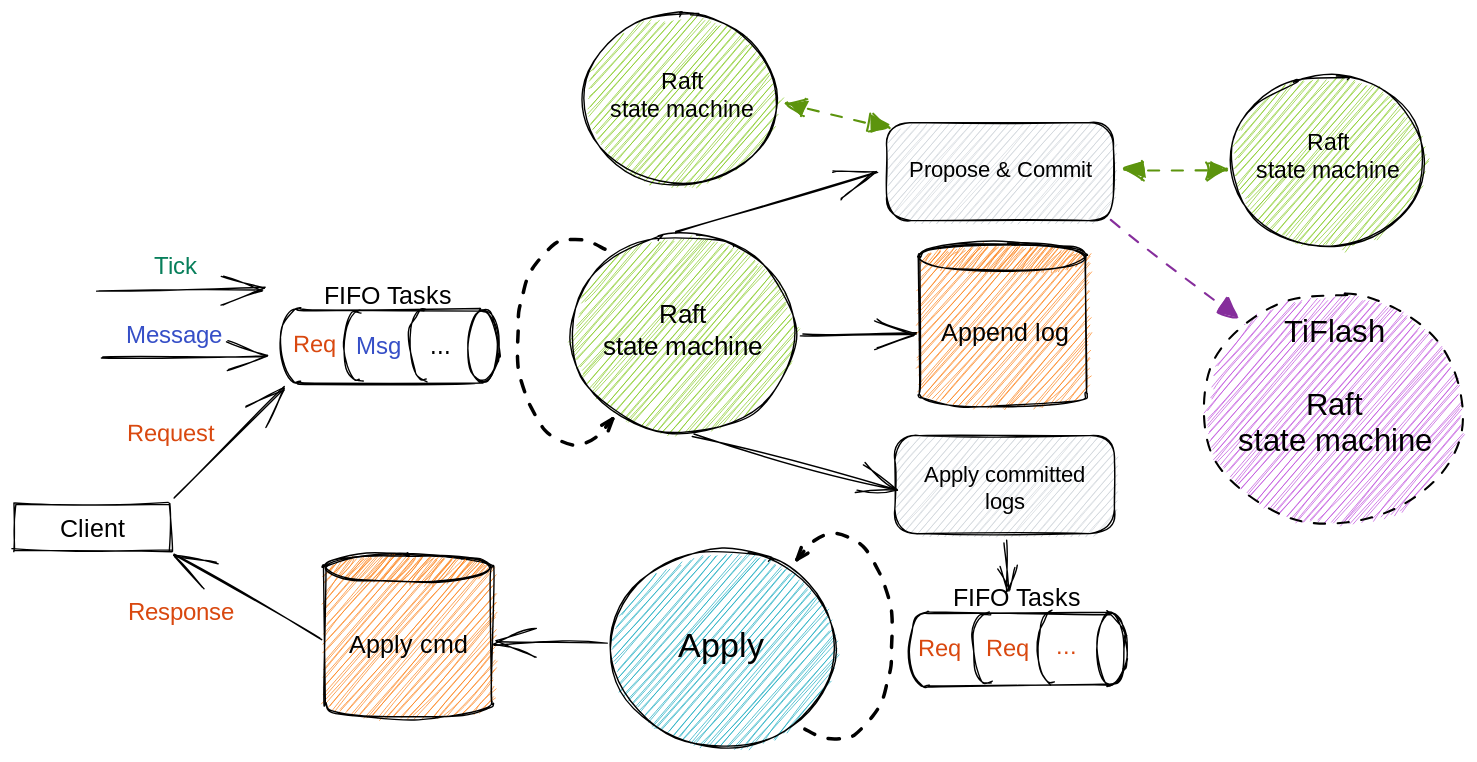
pingcap/tiflash keeps this Excalidraw diagram as docs/design/images/txn-log-replication.svg. Above is the earlier version. Source tidied: one line per element, renumbered; positions are measured from the earlier drawing's top-left corner, leaving out a move shared by most shapes. Source of this version:
```json
{"id": 0, "type": "arrow", "strokeColor": "#000000", "strokeWidth": 1, "roughness": 1, "endArrowhead": "arrow", "x": 60, "y": 197, "width": 118, "height": 1, "points": [[0, 0], [118, -1]]}
{"id": 1, "type": "arrow", "strokeColor": "#000000", "strokeWidth": 1, "roughness": 1, "endArrowhead": "arrow", "x": 63, "y": 246, "width": 118, "height": 2, "points": [[0, 0], [118, -2]]}
{"id": 2, "type": "text", "text": "FIFO Tasks", "strokeColor": "#000000", "strokeWidth": 1, "roughness": 2, "fontSize": 18.21, "fontFamily": 3, "textAlign": "center", "verticalAlign": "middle", "x": 214, "y": 189, "width": 107, "height": 22}
{"id": 3, "type": "text", "text": "Tick", "strokeColor": "#087f5b", "strokeWidth": 1, "roughness": 2, "fontSize": 16.85, "fontFamily": 3, "textAlign": "center", "x": 96, "y": 170, "width": 39, "height": 20}
{"id": 4, "type": "text", "text": "Message", "strokeColor": "#364fc7", "strokeWidth": 1, "roughness": 2, "fontSize": 16.85, "fontFamily": 3, "textAlign": "center", "x": 79, "y": 219, "width": 69, "height": 20}
{"id": 5, "type": "ellipse", "strokeColor": "#000000", "backgroundColor": "#82c91e", "fillStyle": "hachure", "strokeWidth": 1, "roughness": 1, "x": 398, "y": 158, "width": 160, "height": 142}
{"id": 6, "type": "text", "text": "Raft\nstate machine", "strokeColor": "#000000", "strokeWidth": 1, "roughness": 2, "fontSize": 18.9, "fontFamily": 3, "textAlign": "center", "x": 405, "y": 202, "width": 144, "height": 46}
{"id": 7, "type": "arrow", "strokeColor": "#000000", "strokeWidth": 1, "roughness": 1, "endArrowhead": "arrow", "from": 6, "to": 23, "x": 562, "y": 230, "width": 81, "height": 1, "points": [[0, 0], [81, -1]]}
{"id": 8, "type": "rectangle", "strokeColor": "#000000", "backgroundColor": "#ced4da", "fillStyle": "hachure", "strokeWidth": 1, "roughness": 1, "x": 623, "y": 78, "width": 162, "height": 70}
{"id": 9, "type": "text", "text": "Propose & Commit", "strokeColor": "#000000", "strokeWidth": 1, "roughness": 2, "fontSize": 16, "fontFamily": 3, "textAlign": "center", "verticalAlign": "middle", "x": 630, "y": 101, "width": 150, "height": 19}
{"id": 10, "type": "rectangle", "strokeColor": "#000000", "backgroundColor": "#ced4da", "fillStyle": "hachure", "strokeWidth": 1, "roughness": 1, "x": 629, "y": 301, "width": 157, "height": 70}
{"id": 11, "type": "text", "text": "Apply committed\nlogs", "strokeColor": "#000000", "strokeWidth": 1, "roughness": 2, "fontSize": 16, "fontFamily": 3, "textAlign": "center", "verticalAlign": "middle", "x": 637, "y": 319, "width": 141, "height": 38}
{"id": 12, "type": "arrow", "strokeColor": "#000000", "strokeWidth": 1, "roughness": 1, "endArrowhead": "arrow", "from": 5, "to": 9, "x": 472, "y": 155, "width": 143, "height": 41, "points": [[0, 0], [143, -41]]}
{"id": 13, "type": "arrow", "strokeColor": "#000000", "strokeWidth": 1, "roughness": 1, "endArrowhead": "arrow", "from": 5, "to": 11, "x": 484, "y": 302, "width": 146, "height": 38, "points": [[0, 0], [146, 38]]}
{"id": 14, "type": "ellipse", "strokeColor": "#000000", "backgroundColor": "#82c91e", "fillStyle": "hachure", "strokeWidth": 1, "roughness": 1, "x": 407, "y": 0, "width": 138, "height": 122}
{"id": 15, "type": "text", "text": "Raft\nstate machine", "strokeColor": "#000000", "strokeWidth": 1, "roughness": 2, "fontSize": 16.65, "fontFamily": 3, "textAlign": "center", "x": 413, "y": 38, "width": 127, "height": 40}
{"id": 16, "type": "ellipse", "strokeColor": "#000000", "backgroundColor": "#82c91e", "fillStyle": "hachure", "strokeWidth": 1, "roughness": 1, "x": 869, "y": 44, "width": 138, "height": 122}
{"id": 17, "type": "arrow", "strokeColor": "#5c940d", "strokeWidth": 1, "strokeStyle": "dashed", "roughness": 1, "startArrowhead": "triangle", "endArrowhead": "triangle", "to": 15, "x": 624, "y": 81, "width": 74, "height": 17, "points": [[0, 0], [-74, -17]]}
{"id": 18, "type": "arrow", "strokeColor": "#5c940d", "strokeWidth": 1, "strokeStyle": "dashed", "roughness": 1, "startArrowhead": "triangle", "endArrowhead": "triangle", "from": 9, "x": 793, "y": 113, "width": 74, "height": 2, "points": [[0, 0], [74, -2]]}
{"id": 19, "type": "arrow", "strokeColor": "#000000", "strokeWidth": 1, "roughness": 1, "endArrowhead": "arrow", "from": 10, "x": 707, "y": 377, "width": 2, "height": 36, "points": [[0, 0], [2, 36]]}
{"id": 20, "type": "arrow", "strokeColor": "#000000", "strokeWidth": 2, "strokeStyle": "dashed", "roughness": 0, "endArrowhead": "arrow", "from": 5, "to": 5, "x": 422, "y": 168, "width": 68, "height": 147, "points": [[0, 0], [-13, -6], [-27, -7], [-36, -4], [-49, 10], [-55, 21], [-59, 35], [-62, 45], [-62, 58], [-62, 68], [-62, 79], [-61, 89], [-57, 103], [-53, 113], [-43, 129], [-32, 137], [-20, 140], [-7, 135], [6, 121]]}
{"id": 21, "type": "line", "strokeColor": "#000000", "backgroundColor": "#fd7e14", "fillStyle": "hachure", "strokeWidth": 1, "roughness": 1, "x": 646, "y": 173, "width": 120, "height": 117, "points": [[0, 0], [0, 88], [0, 99], [6, 103], [28, 107], [64, 108], [99, 106], [117, 101], [120, 98], [120, 90], [120, 7], [119, 0], [112, -5], [95, -7], [58, -9], [29, -8], [5, -4], [0, 0], [0, 0]]}
{"id": 22, "type": "ellipse", "strokeColor": "#000000", "backgroundColor": "#fd7e14", "fillStyle": "hachure", "strokeWidth": 1, "roughness": 1, "x": 646, "y": 164, "width": 118, "height": 20}
{"id": 23, "type": "text", "text": "Append log", "strokeColor": "#000000", "strokeWidth": 1, "roughness": 1, "fontSize": 18.21, "fontFamily": 3, "textAlign": "center", "x": 655, "y": 215, "width": 107, "height": 22}
{"id": 24, "type": "rectangle", "strokeColor": "#000000", "strokeWidth": 1, "roughness": 1, "x": 0, "y": 350, "width": 112, "height": 34}
{"id": 25, "type": "text", "text": "Client", "strokeColor": "#000000", "strokeWidth": 2, "roughness": 0, "fontSize": 18.21, "fontFamily": 3, "textAlign": "center", "x": 24, "y": 356, "width": 64, "height": 22}
{"id": 26, "type": "arrow", "strokeColor": "#000000", "angle": 5.5, "strokeWidth": 1, "roughness": 1, "endArrowhead": "arrow", "from": 24, "x": 98, "y": 306, "width": 111, "height": 0, "points": [[0, 0], [111, 0]]}
{"id": 27, "type": "ellipse", "strokeColor": "#000000", "backgroundColor": "#15aabf", "fillStyle": "hachure", "strokeWidth": 1, "roughness": 1, "x": 426, "y": 383, "width": 160, "height": 142}
{"id": 28, "type": "text", "text": "Apply", "strokeColor": "#000000", "strokeWidth": 1, "roughness": 2, "fontSize": 24.41, "fontFamily": 3, "textAlign": "center", "verticalAlign": "middle", "x": 469, "y": 436, "width": 71, "height": 29}
{"id": 29, "type": "line", "strokeColor": "#000000", "backgroundColor": "#fd7e14", "fillStyle": "hachure", "strokeWidth": 1, "roughness": 1, "x": 222, "y": 395, "width": 120, "height": 117, "points": [[0, 0], [0, 88], [0, 99], [6, 103], [28, 107], [64, 108], [99, 106], [117, 101], [120, 98], [120, 90], [120, 7], [119, 0], [112, -5], [95, -7], [58, -9], [29, -8], [5, -4], [0, 0], [0, 0]]}
{"id": 30, "type": "ellipse", "strokeColor": "#000000", "backgroundColor": "#fd7e14", "fillStyle": "hachure", "strokeWidth": 1, "roughness": 1, "x": 222, "y": 386, "width": 118, "height": 20}
{"id": 31, "type": "text", "text": "Apply cmd", "strokeColor": "#000000", "strokeWidth": 1, "roughness": 1, "fontSize": 18.21, "fontFamily": 3, "textAlign": "center", "x": 234, "y": 438, "width": 96, "height": 22}
{"id": 32, "type": "arrow", "strokeColor": "#000000", "angle": 3.14, "strokeWidth": 2, "strokeStyle": "dashed", "roughness": 0, "endArrowhead": "arrow", "from": 27, "to": 27, "x": 622, "y": 378, "width": 68, "height": 147, "points": [[0, 0], [-13, -6], [-27, -7], [-36, -4], [-49, 10], [-55, 21], [-59, 35], [-62, 45], [-62, 58], [-62, 68], [-62, 79], [-61, 89], [-57, 103], [-53, 113], [-43, 129], [-32, 137], [-20, 140], [-7, 135], [6, 121]]}
{"id": 33, "type": "arrow", "strokeColor": "#000000", "strokeWidth": 1, "roughness": 1, "endArrowhead": "arrow", "from": 27, "to": 31, "x": 423, "y": 449, "width": 79, "height": 0, "points": [[0, 0], [-79, 0]]}
{"id": 34, "type": "arrow", "strokeColor": "#000000", "strokeWidth": 1, "roughness": 1, "endArrowhead": "arrow", "from": 31, "to": 24, "x": 219, "y": 446, "width": 103, "height": 60, "points": [[0, 0], [-103, -60]]}
{"id": 35, "type": "text", "text": "Request", "strokeColor": "#d9480f", "angle": 0.01, "strokeWidth": 1, "roughness": 2, "fontSize": 16.85, "fontFamily": 3, "textAlign": "center", "x": 78, "y": 289, "width": 69, "height": 20}
{"id": 36, "type": "text", "text": "Response", "strokeColor": "#d9480f", "strokeWidth": 1, "roughness": 2, "fontSize": 16.85, "fontFamily": 3, "textAlign": "center", "x": 79, "y": 417, "width": 79, "height": 20}
{"id": 37, "type": "line", "strokeColor": "#000000", "angle": 1.57, "strokeWidth": 1, "roughness": 1, "x": 242, "y": 172, "width": 52, "height": 155, "points": [[0, 0], [0, 117], [0, 130], [3, 136], [12, 141], [28, 142], [43, 140], [51, 134], [52, 129], [52, 118], [52, 10], [52, 0], [49, -6], [41, -10], [25, -12], [12, -11], [2, -5], [0, 0], [0, 0]]}
{"id": 38, "type": "line", "strokeColor": "#000000", "angle": 1.57, "strokeWidth": 1, "roughness": 1, "x": 217, "y": 231, "width": 51, "height": 13, "points": [[0, 0], [1, 5], [7, 9], [15, 12], [27, 12], [41, 10], [49, 5], [51, -1]]}
{"id": 39, "type": "line", "strokeColor": "#000000", "angle": 1.57, "strokeWidth": 1, "roughness": 1, "x": 263, "y": 232, "width": 51, "height": 10, "points": [[0, 0], [1, 4], [7, 7], [15, 10], [27, 10], [41, 8], [49, 4], [51, 0]]}
{"id": 40, "type": "ellipse", "strokeColor": "#000000", "angle": 1.57, "strokeWidth": 1, "roughness": 1, "x": 309, "y": 226, "width": 51, "height": 23}
{"id": 41, "type": "text", "text": "Req", "strokeColor": "#d9480f", "angle": 0.01, "strokeWidth": 1, "roughness": 2, "fontSize": 16.85, "fontFamily": 3, "textAlign": "center", "x": 199, "y": 226, "width": 30, "height": 20}
{"id": 42, "type": "text", "text": "Msg", "strokeColor": "#364fc7", "strokeWidth": 1, "roughness": 2, "fontSize": 16.85, "fontFamily": 3, "textAlign": "center", "x": 245, "y": 227, "width": 30, "height": 20}
{"id": 43, "type": "text", "text": "...", "strokeColor": "#000000", "strokeWidth": 1, "roughness": 2, "fontSize": 16.85, "fontFamily": 3, "textAlign": "center", "x": 289, "y": 227, "width": 30, "height": 20}
{"id": 44, "type": "text", "text": "FIFO Tasks", "strokeColor": "#000000", "strokeWidth": 1, "roughness": 2, "fontSize": 18.21, "fontFamily": 3, "textAlign": "center", "verticalAlign": "middle", "x": 663, "y": 405, "width": 107, "height": 22}
{"id": 45, "type": "line", "strokeColor": "#000000", "angle": 1.57, "strokeWidth": 1, "roughness": 1, "x": 691, "y": 388, "width": 52, "height": 155, "points": [[0, 0], [0, 117], [0, 130], [3, 136], [12, 141], [28, 142], [43, 140], [51, 134], [52, 129], [52, 118], [52, 10], [52, 0], [49, -6], [41, -10], [25, -12], [12, -11], [2, -5], [0, 0], [0, 0]]}
{"id": 46, "type": "line", "strokeColor": "#000000", "angle": 1.57, "strokeWidth": 1, "roughness": 1, "x": 666, "y": 447, "width": 51, "height": 13, "points": [[0, 0], [1, 5], [7, 9], [15, 12], [27, 12], [41, 10], [49, 5], [51, -1]]}
{"id": 47, "type": "line", "strokeColor": "#000000", "angle": 1.57, "strokeWidth": 1, "roughness": 1, "x": 711, "y": 448, "width": 51, "height": 10, "points": [[0, 0], [1, 4], [7, 7], [15, 10], [27, 10], [41, 8], [49, 4], [51, 0]]}
{"id": 48, "type": "ellipse", "strokeColor": "#000000", "angle": 1.57, "strokeWidth": 1, "roughness": 1, "x": 758, "y": 442, "width": 51, "height": 23}
{"id": 49, "type": "text", "text": "...", "strokeColor": "#d9480f", "angle": 0.01, "strokeWidth": 1, "roughness": 2, "fontSize": 16.85, "fontFamily": 3, "textAlign": "center", "x": 737, "y": 441, "width": 30, "height": 20}
{"id": 50, "type": "text", "text": "Req", "strokeColor": "#d9480f", "angle": 0.01, "strokeWidth": 1, "roughness": 2, "fontSize": 16.85, "fontFamily": 3, "textAlign": "center", "x": 646, "y": 442, "width": 30, "height": 20}
{"id": 51, "type": "text", "text": "Req", "strokeColor": "#d9480f", "angle": 0.01, "strokeWidth": 1, "roughness": 2, "fontSize": 16.85, "fontFamily": 3, "textAlign": "center", "x": 694, "y": 442, "width": 30, "height": 20}
{"id": 52, "type": "ellipse", "strokeColor": "#000000", "backgroundColor": "#be4bdb", "fillStyle": "hachure", "strokeWidth": 1, "strokeStyle": "dashed", "roughness": 1, "x": 849, "y": 199, "width": 186, "height": 165}
{"id": 53, "type": "text", "text": "TiFlash\n\nRaft\nstate machine", "strokeColor": "#000000", "strokeWidth": 1, "roughness": 2, "fontSize": 22.0, "fontFamily": 3, "textAlign": "center", "x": 859, "y": 213, "width": 168, "height": 104}
{"id": 54, "type": "arrow", "strokeColor": "#862e9c", "angle": 0.6, "strokeWidth": 1, "strokeStyle": "dashed", "roughness": 1, "endArrowhead": "triangle", "to": 52, "x": 771, "y": 178, "width": 112, "height": 8, "points": [[0, 0], [112, 8]]}
{"id": 55, "type": "text", "text": "Raft\nstate machine", "strokeColor": "#000000", "strokeWidth": 1, "roughness": 2, "fontSize": 16.65, "fontFamily": 3, "textAlign": "center", "x": 875, "y": 82, "width": 127, "height": 40}
```
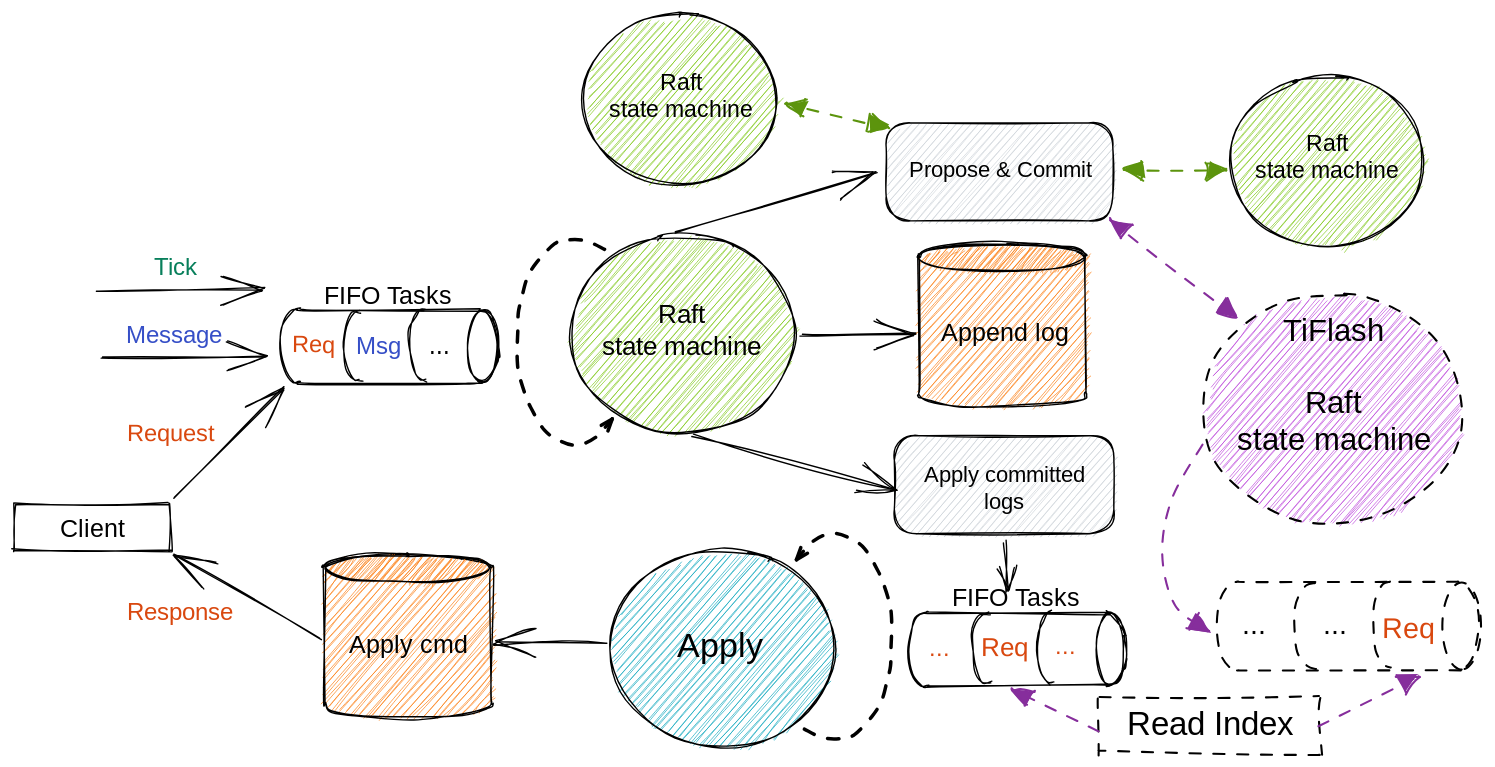
Above is the later version.

What changed in the source:
```diff
@@ -1,3 +1,4 @@
+{"id": 52, "type": "ellipse", "strokeColor": "#000000", "backgroundColor": "#be4bdb", "fillStyle": "hachure", "strokeWidth": 1, "strokeStyle": "dashed", "roughness": 1, "x": 849, "y": 199, "width": 186, "height": 165}
 {"id": 0, "type": "arrow", "strokeColor": "#000000", "strokeWidth": 1, "roughness": 1, "endArrowhead": "arrow", "x": 60, "y": 197, "width": 118, "height": 1, "points": [[0, 0], [118, -1]]}
 {"id": 1, "type": "arrow", "strokeColor": "#000000", "strokeWidth": 1, "roughness": 1, "endArrowhead": "arrow", "x": 63, "y": 246, "width": 118, "height": 2, "points": [[0, 0], [118, -2]]}
 {"id": 2, "type": "text", "text": "FIFO Tasks", "strokeColor": "#000000", "strokeWidth": 1, "roughness": 2, "fontSize": 18.21, "fontFamily": 3, "textAlign": "center", "verticalAlign": "middle", "x": 214, "y": 189, "width": 107, "height": 22}
@@ -48,9 +49,20 @@
 {"id": 47, "type": "line", "strokeColor": "#000000", "angle": 1.57, "strokeWidth": 1, "roughness": 1, "x": 711, "y": 448, "width": 51, "height": 10, "points": [[0, 0], [1, 4], [7, 7], [15, 10], [27, 10], [41, 8], [49, 4], [51, 0]]}
 {"id": 48, "type": "ellipse", "strokeColor": "#000000", "angle": 1.57, "strokeWidth": 1, "roughness": 1, "x": 758, "y": 442, "width": 51, "height": 23}
 {"id": 49, "type": "text", "text": "...", "strokeColor": "#d9480f", "angle": 0.01, "strokeWidth": 1, "roughness": 2, "fontSize": 16.85, "fontFamily": 3, "textAlign": "center", "x": 737, "y": 441, "width": 30, "height": 20}
-{"id": 50, "type": "text", "text": "Req", "strokeColor": "#d9480f", "angle": 0.01, "strokeWidth": 1, "roughness": 2, "fontSize": 16.85, "fontFamily": 3, "textAlign": "center", "x": 646, "y": 442, "width": 30, "height": 20}
+{"id": 50, "type": "text", "text": "...", "strokeColor": "#d9480f", "angle": 0.01, "strokeWidth": 1, "roughness": 2, "fontSize": 16.85, "fontFamily": 3, "textAlign": "center", "x": 646, "y": 442, "width": 30, "height": 20}
-{"id": 51, "type": "text", "text": "Req", "strokeColor": "#d9480f", "angle": 0.01, "strokeWidth": 1, "roughness": 2, "fontSize": 16.85, "fontFamily": 3, "textAlign": "center", "x": 694, "y": 442, "width": 30, "height": 20}
+{"id": 51, "type": "text", "text": "Req", "strokeColor": "#d9480f", "angle": 0.01, "strokeWidth": 1, "roughness": 2, "fontSize": 18.54, "fontFamily": 3, "textAlign": "center", "x": 691, "y": 440, "width": 33, "height": 22}
-{"id": 52, "type": "ellipse", "strokeColor": "#000000", "backgroundColor": "#be4bdb", "fillStyle": "hachure", "strokeWidth": 1, "strokeStyle": "dashed", "roughness": 1, "x": 849, "y": 199, "width": 186, "height": 165}
-{"id": 53, "type": "text", "text": "TiFlash\n\nRaft\nstate machine", "strokeColor": "#000000", "strokeWidth": 1, "roughness": 2, "fontSize": 22.0, "fontFamily": 3, "textAlign": "center", "x": 859, "y": 213, "width": 168, "height": 104}
+{"id": 53, "type": "text", "text": "TiFlash\n\nRaft\nstate machine", "strokeColor": "#000000", "strokeWidth": 1, "roughness": 2, "fontSize": 22.0, "fontFamily": 3, "textAlign": "center", "x": 859, "y": 212, "width": 168, "height": 104}
-{"id": 54, "type": "arrow", "strokeColor": "#862e9c", "angle": 0.6, "strokeWidth": 1, "strokeStyle": "dashed", "roughness": 1, "endArrowhead": "triangle", "to": 52, "x": 771, "y": 178, "width": 112, "height": 8, "points": [[0, 0], [112, 8]]}
+{"id": 54, "type": "arrow", "strokeColor": "#862e9c", "angle": 0.6, "strokeWidth": 1, "strokeStyle": "dashed", "roughness": 1, "startArrowhead": "triangle", "endArrowhead": "triangle", "to": 52, "x": 771, "y": 178, "width": 112, "height": 8, "points": [[0, 0], [112, 8]]}
 {"id": 55, "type": "text", "text": "Raft\nstate machine", "strokeColor": "#000000", "strokeWidth": 1, "roughness": 2, "fontSize": 16.65, "fontFamily": 3, "textAlign": "center", "x": 875, "y": 82, "width": 127, "height": 40}
+{"id": 56, "type": "line", "strokeColor": "#000000", "angle": 1.57, "strokeWidth": 1, "strokeStyle": "dashed", "roughness": 0, "x": 922, "y": 356, "width": 63, "height": 187, "points": [[0, 3], [0, 144], [0, 160], [3, 167], [15, 173], [34, 175], [52, 172], [62, 165], [63, 159], [63, 146], [63, 14], [63, 2], [59, -5], [50, -9], [31, -12], [15, -10], [3, -3], [0, 3], [0, 3]]}
+{"id": 57, "type": "line", "strokeColor": "#000000", "angle": 1.57, "strokeWidth": 1, "strokeStyle": "dashed", "roughness": 0, "x": 892, "y": 430, "width": 61, "height": 15, "points": [[0, 0], [2, 6], [9, 11], [18, 15], [32, 15], [49, 13], [59, 6], [61, -1]]}
+{"id": 58, "type": "line", "strokeColor": "#000000", "angle": 1.57, "strokeWidth": 1, "strokeStyle": "dashed", "roughness": 0, "x": 947, "y": 430, "width": 61, "height": 12, "points": [[0, 0], [2, 5], [9, 9], [18, 12], [32, 12], [49, 10], [59, 4], [61, 0]]}
+{"id": 59, "type": "ellipse", "strokeColor": "#000000", "angle": 1.57, "strokeWidth": 1, "strokeStyle": "dashed", "roughness": 0, "x": 1003, "y": 423, "width": 62, "height": 28}
+{"id": 60, "type": "text", "text": "Req", "strokeColor": "#d9480f", "angle": 0.01, "strokeWidth": 1, "roughness": 2, "fontSize": 20.42, "fontFamily": 3, "textAlign": "center", "x": 979, "y": 427, "width": 36, "height": 24}
+{"id": 61, "type": "text", "text": "...", "strokeColor": "#000000", "angle": 0.01, "strokeWidth": 1, "roughness": 2, "fontSize": 20.42, "fontFamily": 3, "textAlign": "center", "x": 868, "y": 424, "width": 36, "height": 24}
+{"id": 62, "type": "text", "text": "...", "strokeColor": "#000000", "angle": 0.01, "strokeWidth": 1, "roughness": 2, "fontSize": 20.42, "fontFamily": 3, "textAlign": "center", "x": 926, "y": 424, "width": 36, "height": 24}
+{"id": 63, "type": "rectangle", "strokeColor": "#000000", "strokeWidth": 1, "strokeStyle": "dashed", "roughness": 1, "x": 774, "y": 488, "width": 159, "height": 40}
+{"id": 64, "type": "text", "text": "Read Index", "strokeColor": "#000000", "strokeWidth": 1, "roughness": 0, "fontSize": 23.33, "fontFamily": 3, "textAlign": "center", "verticalAlign": "middle", "x": 787, "y": 492, "width": 137, "height": 28}
+{"id": 65, "type": "arrow", "strokeColor": "#862e9c", "strokeWidth": 1, "strokeStyle": "dashed", "roughness": 1, "endArrowhead": "triangle", "from": 53, "to": 61, "x": 850, "y": 308, "width": 34, "height": 133, "points": [[0, 0], [-23, 37], [-30, 76], [-21, 115], [4, 133]]}
+{"id": 66, "type": "arrow", "strokeColor": "#862e9c", "strokeWidth": 1, "strokeStyle": "dashed", "roughness": 1, "endArrowhead": "triangle", "from": 64, "x": 931, "y": 508, "width": 72, "height": 34, "points": [[0, 0], [72, -34]]}
+{"id": 67, "type": "arrow", "strokeColor": "#862e9c", "strokeWidth": 1, "strokeStyle": "dashed", "roughness": 1, "endArrowhead": "triangle", "from": 64, "x": 774, "y": 511, "width": 61, "height": 30, "points": [[0, 0], [-61, -30]]}
```
